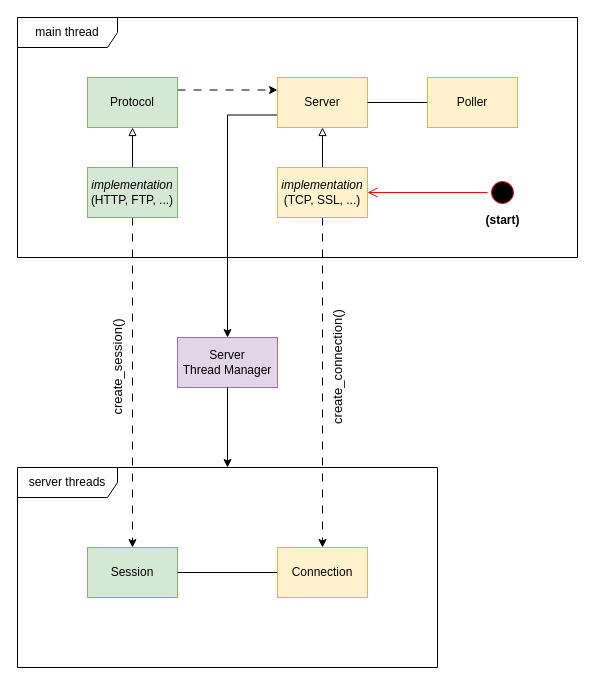
This is doc/architecture.drawio from andrenho/neblina2, a draw.io file, before an edit. Source tidied: cells renumbered, new cells numbered last; positions are measured from the earlier drawing's top-left corner, leaving out a move shared by most shapes. Both pictures are drawn from the tidied source at 100%, with x=0, y=0 at pixel (17, 17).
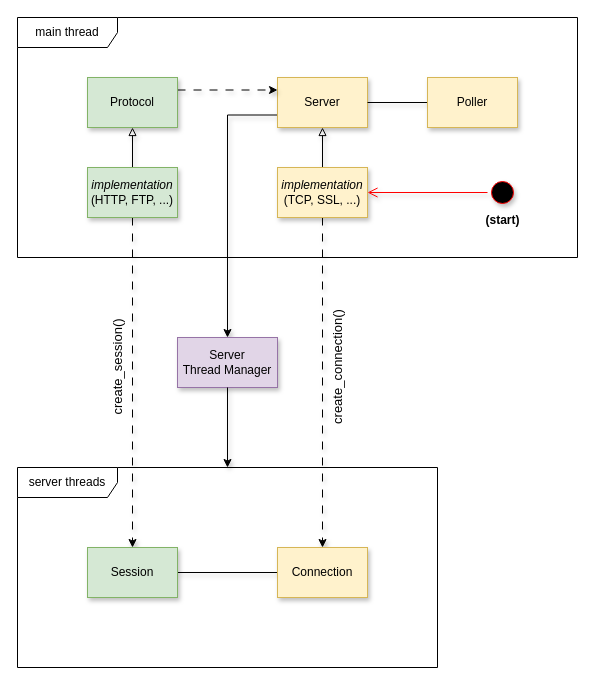
The same page after the edit.

The change refers to these unchanged cells:
```xml
<mxCell id="15" value="server threads" style="shape=umlFrame;whiteSpace=wrap;html=1;width=100;height=30;" parent="1" vertex="1">
  <mxGeometry y="450" width="420" height="200" as="geometry" />
</mxCell>
```

Diff of the diagram source:
```diff
@@
-    <mxCell id="2" style="edgeStyle=orthogonalEdgeStyle;rounded=0;jettySize=auto;html=1;exitX=0;exitY=0.75;exitDx=0;exitDy=0;" parent="1" edge="1" source="3" target="19">
+    <mxCell id="2" style="edgeStyle=orthogonalEdgeStyle;rounded=0;jettySize=auto;html=1;exitX=0;exitY=0.75;exitDx=0;exitDy=0;shadow=1;" parent="1" edge="1" source="3" target="19">
       <mxGeometry relative="1" as="geometry" />
     </mxCell>
-    <mxCell id="3" value="Server" style="html=1;whiteSpace=wrap;fillColor=#fff2cc;strokeColor=#d6b656;" parent="1" vertex="1">
+    <mxCell id="3" value="Server" style="html=1;whiteSpace=wrap;fillColor=#fff2cc;strokeColor=#d6b656;shadow=1;" parent="1" vertex="1">
       <mxGeometry x="260" y="60" width="90" height="50" as="geometry" />
     </mxCell>
-    <mxCell id="4" style="edgeStyle=orthogonalEdgeStyle;rounded=0;jettySize=auto;html=1;exitX=0;exitY=0.5;exitDx=0;exitDy=0;endArrow=none;endFill=0;" parent="1" edge="1" source="5" target="3">
+    <mxCell id="4" style="edgeStyle=orthogonalEdgeStyle;rounded=0;jettySize=auto;html=1;exitX=0;exitY=0.5;exitDx=0;exitDy=0;endArrow=none;endFill=0;shadow=1;" parent="1" edge="1" source="5" target="3">
       <mxGeometry relative="1" as="geometry" />
     </mxCell>
-    <mxCell id="5" value="Poller" style="html=1;whiteSpace=wrap;fillColor=#fff2cc;strokeColor=#d6b656;" parent="1" vertex="1">
+    <mxCell id="5" value="Poller" style="html=1;whiteSpace=wrap;fillColor=#fff2cc;strokeColor=#d6b656;shadow=1;" parent="1" vertex="1">
       <mxGeometry x="410" y="60" width="90" height="50" as="geometry" />
     </mxCell>
-    <mxCell id="6" style="edgeStyle=orthogonalEdgeStyle;rounded=0;jettySize=auto;html=1;entryX=0.5;entryY=1;entryDx=0;entryDy=0;endArrow=block;endFill=0;" parent="1" edge="1" source="8" target="3">
+    <mxCell id="6" style="edgeStyle=orthogonalEdgeStyle;rounded=0;jettySize=auto;html=1;entryX=0.5;entryY=1;entryDx=0;entryDy=0;endArrow=block;endFill=0;shadow=1;" parent="1" edge="1" source="8" target="3">
       <mxGeometry relative="1" as="geometry" />
     </mxCell>
-    <mxCell id="7" style="edgeStyle=orthogonalEdgeStyle;rounded=0;jettySize=auto;html=1;exitX=0.5;exitY=1;exitDx=0;exitDy=0;entryX=0.5;entryY=0;entryDx=0;entryDy=0;dashed=1;dashPattern=8 8;" parent="1" edge="1" source="8" target="18">
+    <mxCell id="7" style="edgeStyle=orthogonalEdgeStyle;rounded=0;jettySize=auto;html=1;exitX=0.5;exitY=1;exitDx=0;exitDy=0;entryX=0.5;entryY=0;entryDx=0;entryDy=0;dashed=1;dashPattern=8 8;shadow=1;" parent="1" edge="1" source="8" target="18">
       <mxGeometry relative="1" as="geometry" />
     </mxCell>
-    <mxCell id="8" value="&lt;i&gt;implementation&lt;/i&gt;&lt;br&gt;(TCP, SSL, ...)" style="html=1;whiteSpace=wrap;fillColor=#fff2cc;strokeColor=#d6b656;" parent="1" vertex="1">
+    <mxCell id="8" value="&lt;i&gt;implementation&lt;/i&gt;&lt;br&gt;(TCP, SSL, ...)" style="html=1;whiteSpace=wrap;fillColor=#fff2cc;strokeColor=#d6b656;shadow=1;" parent="1" vertex="1">
       <mxGeometry x="260" y="150" width="90" height="50" as="geometry" />
     </mxCell>
-    <mxCell id="9" style="edgeStyle=orthogonalEdgeStyle;rounded=0;jettySize=auto;html=1;exitX=1;exitY=0.25;exitDx=0;exitDy=0;entryX=0;entryY=0.25;entryDx=0;entryDy=0;dashed=1;dashPattern=8 8;" parent="1" edge="1" source="10" target="3">
+    <mxCell id="9" style="edgeStyle=orthogonalEdgeStyle;rounded=0;jettySize=auto;html=1;exitX=1;exitY=0.25;exitDx=0;exitDy=0;entryX=0;entryY=0.25;entryDx=0;entryDy=0;dashed=1;dashPattern=8 8;shadow=1;" parent="1" edge="1" source="10" target="3">
       <mxGeometry relative="1" as="geometry" />
     </mxCell>
-    <mxCell id="10" value="Protocol" style="html=1;whiteSpace=wrap;fillColor=#d5e8d4;strokeColor=#82b366;" parent="1" vertex="1">
+    <mxCell id="10" value="Protocol" style="html=1;whiteSpace=wrap;fillColor=#d5e8d4;strokeColor=#82b366;shadow=1;" parent="1" vertex="1">
       <mxGeometry x="70" y="60" width="90" height="50" as="geometry" />
     </mxCell>
@@
-    <mxCell id="12" style="edgeStyle=orthogonalEdgeStyle;rounded=0;jettySize=auto;html=1;entryX=0.5;entryY=1;entryDx=0;entryDy=0;endArrow=block;endFill=0;" parent="1" edge="1" source="14" target="10">
+    <mxCell id="12" style="edgeStyle=orthogonalEdgeStyle;rounded=0;jettySize=auto;html=1;entryX=0.5;entryY=1;entryDx=0;entryDy=0;endArrow=block;endFill=0;shadow=1;" parent="1" edge="1" source="14" target="10">
       <mxGeometry relative="1" as="geometry" />
     </mxCell>
-    <mxCell id="13" style="edgeStyle=orthogonalEdgeStyle;rounded=0;jettySize=auto;html=1;exitX=0.5;exitY=1;exitDx=0;exitDy=0;dashed=1;dashPattern=8 8;" parent="1" edge="1" source="14" target="17">
+    <mxCell id="13" style="edgeStyle=orthogonalEdgeStyle;rounded=0;jettySize=auto;html=1;exitX=0.5;exitY=1;exitDx=0;exitDy=0;dashed=1;dashPattern=8 8;shadow=1;" parent="1" edge="1" source="14" target="17">
       <mxGeometry relative="1" as="geometry" />
     </mxCell>
-    <mxCell id="14" value="&lt;i&gt;implementation&lt;/i&gt;&lt;br&gt;(HTTP, FTP, ...)" style="html=1;whiteSpace=wrap;fillColor=#d5e8d4;strokeColor=#82b366;" parent="1" vertex="1">
+    <mxCell id="14" value="&lt;i&gt;implementation&lt;/i&gt;&lt;br&gt;(HTTP, FTP, ...)" style="html=1;whiteSpace=wrap;fillColor=#d5e8d4;strokeColor=#82b366;shadow=1;" parent="1" vertex="1">
       <mxGeometry x="70" y="150" width="90" height="50" as="geometry" />
     </mxCell>
@@
-    <mxCell id="16" style="edgeStyle=orthogonalEdgeStyle;rounded=0;jettySize=auto;html=1;exitX=1;exitY=0.5;exitDx=0;exitDy=0;entryX=0;entryY=0.5;entryDx=0;entryDy=0;endArrow=none;endFill=0;" parent="1" edge="1" source="17" target="18">
+    <mxCell id="16" style="edgeStyle=orthogonalEdgeStyle;rounded=0;jettySize=auto;html=1;exitX=1;exitY=0.5;exitDx=0;exitDy=0;entryX=0;entryY=0.5;entryDx=0;entryDy=0;endArrow=none;endFill=0;shadow=1;" parent="1" edge="1" source="17" target="18">
       <mxGeometry relative="1" as="geometry" />
     </mxCell>
-    <mxCell id="17" value="Session" style="html=1;whiteSpace=wrap;fillColor=#d5e8d4;strokeColor=#82b366;" parent="1" vertex="1">
+    <mxCell id="17" value="Session" style="html=1;whiteSpace=wrap;fillColor=#d5e8d4;strokeColor=#82b366;shadow=1;" parent="1" vertex="1">
       <mxGeometry x="70" y="530" width="90" height="50" as="geometry" />
     </mxCell>
-    <mxCell id="18" value="Connection" style="html=1;whiteSpace=wrap;fillColor=#fff2cc;strokeColor=#d6b656;" parent="1" vertex="1">
+    <mxCell id="18" value="Connection" style="html=1;whiteSpace=wrap;fillColor=#fff2cc;strokeColor=#d6b656;shadow=1;" parent="1" vertex="1">
       <mxGeometry x="260" y="530" width="90" height="50" as="geometry" />
     </mxCell>
-    <mxCell id="19" value="Server&lt;br&gt;Thread Manager" style="html=1;whiteSpace=wrap;fillColor=#e1d5e7;strokeColor=#9673a6;" parent="1" vertex="1">
+    <mxCell id="19" value="Server&lt;br&gt;Thread Manager" style="html=1;whiteSpace=wrap;fillColor=#e1d5e7;strokeColor=#9673a6;shadow=1;" parent="1" vertex="1">
       <mxGeometry x="160" y="320" width="100" height="50" as="geometry" />
     </mxCell>
-    <mxCell id="20" style="edgeStyle=orthogonalEdgeStyle;rounded=0;jettySize=auto;html=1;" parent="1" edge="1" source="19" target="15">
+    <mxCell id="20" style="edgeStyle=orthogonalEdgeStyle;rounded=0;jettySize=auto;html=1;shadow=1;" parent="1" edge="1" source="19" target="15">
       <mxGeometry relative="1" as="geometry" />
     </mxCell>
-    <mxCell id="21" value="create_session()" style="text;strokeColor=none;fillColor=none;html=1;fontSize=13;fontStyle=0;verticalAlign=middle;align=center;rotation=-90;" parent="1" vertex="1">
+    <mxCell id="21" value="create_session()" style="text;strokeColor=none;fillColor=none;html=1;fontSize=13;fontStyle=0;verticalAlign=middle;align=center;rotation=-90;shadow=1;" parent="1" vertex="1">
       <mxGeometry x="50" y="330" width="100" height="40" as="geometry" />
     </mxCell>
-    <mxCell id="22" value="create_connection()" style="text;strokeColor=none;fillColor=none;html=1;fontSize=13;fontStyle=0;verticalAlign=middle;align=center;rotation=-90;" parent="1" vertex="1">
+    <mxCell id="22" value="create_connection()" style="text;strokeColor=none;fillColor=none;html=1;fontSize=13;fontStyle=0;verticalAlign=middle;align=center;rotation=-90;shadow=1;" parent="1" vertex="1">
       <mxGeometry x="270" y="330" width="100" height="40" as="geometry" />
     </mxCell>
-    <mxCell id="23" style="ellipse;html=1;shape=startState;fillColor=#000000;strokeColor=#ff0000;" parent="1" vertex="1">
+    <mxCell id="23" style="ellipse;html=1;shape=startState;fillColor=#000000;strokeColor=#ff0000;shadow=1;" parent="1" vertex="1">
       <mxGeometry x="470" y="160" width="30" height="30" as="geometry" />
     </mxCell>
-    <mxCell id="24" style="edgeStyle=orthogonalEdgeStyle;html=1;verticalAlign=bottom;endArrow=open;endSize=8;strokeColor=#ff0000;rounded=0;entryX=1;entryY=0.5;entryDx=0;entryDy=0;" parent="1" edge="1" source="23" target="8">
+    <mxCell id="24" style="edgeStyle=orthogonalEdgeStyle;html=1;verticalAlign=bottom;endArrow=open;endSize=8;strokeColor=#ff0000;rounded=0;entryX=1;entryY=0.5;entryDx=0;entryDy=0;shadow=1;" parent="1" edge="1" source="23" target="8">
       <mxGeometry relative="1" as="geometry" />
     </mxCell>
-    <mxCell id="25" value="(start)" style="text;align=center;fontStyle=1;verticalAlign=middle;spacingLeft=3;spacingRight=3;strokeColor=none;html=1;" parent="1" vertex="1">
+    <mxCell id="25" value="(start)" style="text;align=center;fontStyle=1;verticalAlign=middle;spacingLeft=3;spacingRight=3;strokeColor=none;html=1;shadow=1;" parent="1" vertex="1">
       <mxGeometry x="445" y="190" width="80" height="26" as="geometry" />
     </mxCell>
```
